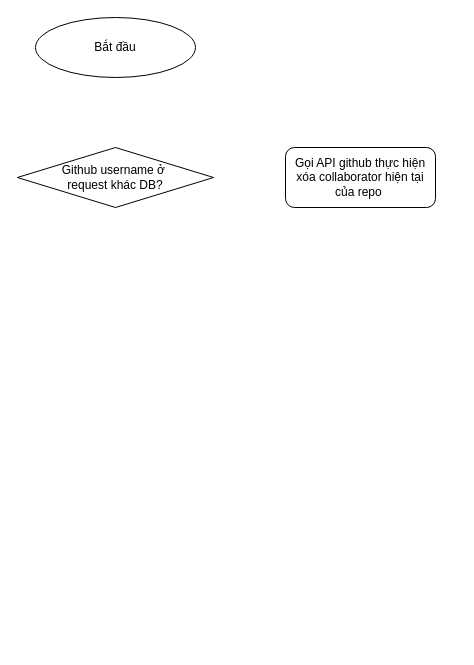
hiep1097/drawio keeps this draw.io diagram as page "sua github user name va token" (7 of 7) of K8SCloudNut.drawio. Above is the earlier version. Source tidied: cells renumbered, new cells numbered last; positions are measured from the earlier drawing's top-left corner, leaving out a move shared by most shapes. Both pictures are drawn from the tidied source at 100%, with x=0, y=0 at pixel (17, 17).
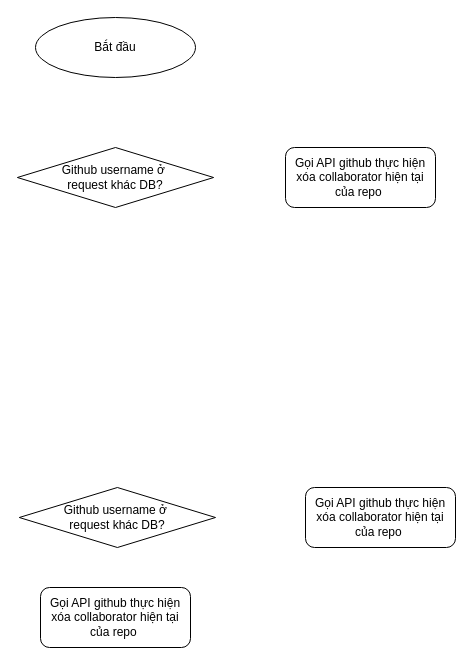
The same diagram, later.

What changed in the source:
```diff
@@
 <mxGraphModel>
   <root>
     <mxCell id="0" />
     <mxCell id="1" parent="0" />
     <mxCell id="2" value="Bắt đầu" style="ellipse;whiteSpace=wrap;html=1;" parent="1" vertex="1">
       <mxGeometry x="18" width="160" height="60" as="geometry" />
     </mxCell>
     <mxCell id="3" value="Github username ở&amp;nbsp;&lt;div&gt;request khác DB?&lt;/div&gt;" style="rhombus;whiteSpace=wrap;html=1;" parent="1" vertex="1">
       <mxGeometry x="-0.1" y="130" width="196.2" height="60" as="geometry" />
     </mxCell>
     <mxCell id="4" value="Gọi API github thực hiện xóa collaborator hiện tại của repo&amp;nbsp;" style="rounded=1;whiteSpace=wrap;html=1;" parent="1" vertex="1">
       <mxGeometry x="268" y="130" width="150" height="60" as="geometry" />
     </mxCell>
+    <mxCell id="5" value="Github username ở&amp;nbsp;&lt;div&gt;request khác DB?&lt;/div&gt;" style="rhombus;whiteSpace=wrap;html=1;" parent="1" vertex="1">
+      <mxGeometry x="1.8" y="470" width="196.2" height="60" as="geometry" />
+    </mxCell>
+    <mxCell id="6" value="Gọi API github thực hiện xóa collaborator hiện tại của repo&amp;nbsp;" style="rounded=1;whiteSpace=wrap;html=1;" parent="1" vertex="1">
+      <mxGeometry x="288" y="470" width="150" height="60" as="geometry" />
+    </mxCell>
+    <mxCell id="7" value="Gọi API github thực hiện xóa collaborator hiện tại của repo&amp;nbsp;" style="rounded=1;whiteSpace=wrap;html=1;" parent="1" vertex="1">
+      <mxGeometry x="23" y="570" width="150" height="60" as="geometry" />
+    </mxCell>
   </root>
 </mxGraphModel>
```
